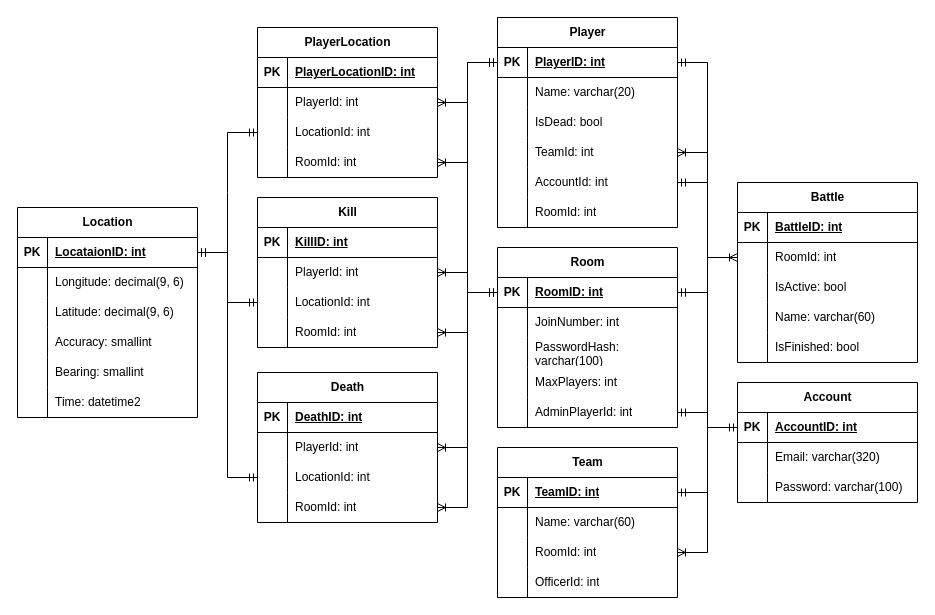
ErNeRooo/AirsoftBattlefieldManagementSystemAPI keeps this draw.io diagram as BMSDatabaseSqlBlueprint.drawio. Above is the earlier version. Source tidied: cells renumbered, new cells numbered last; positions are measured from the earlier drawing's top-left corner, leaving out a move shared by most shapes. Both pictures are drawn from the tidied source at 100%, with x=0, y=0 at pixel (17, 17).
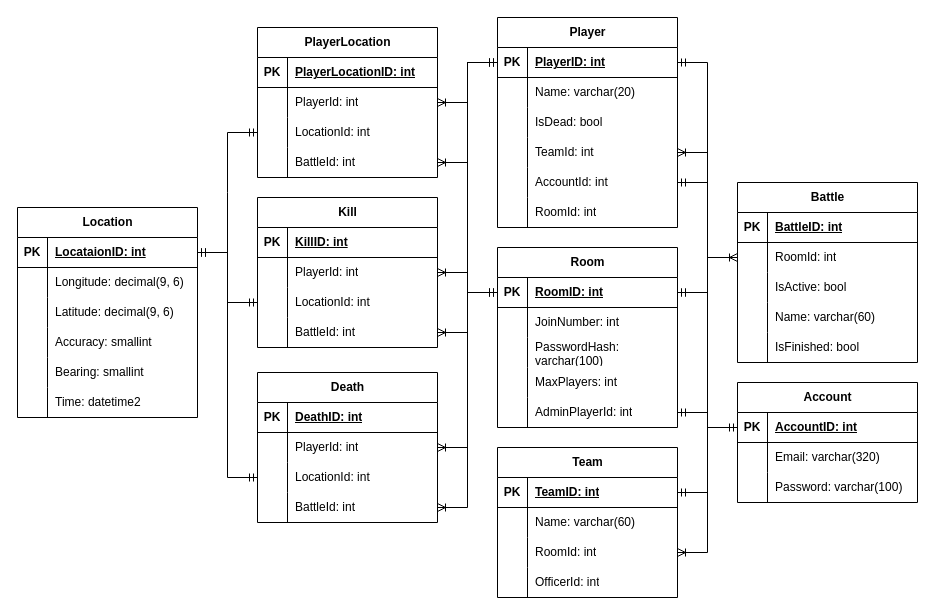
After the change.

The change refers to these unchanged cells:
```xml
<mxCell id="12" style="shape=tableRow;horizontal=0;startSize=0;swimlaneHead=0;swimlaneBody=0;fillColor=none;points=[[0,0.5],[1,0.5]];portConstraint=eastwest;top=0;left=0;right=0;bottom=0;" parent="2" vertex="1">
  <mxGeometry y="120" width="180" height="30" as="geometry" />
</mxCell>
<mxCell id="57" style="shape=tableRow;horizontal=0;startSize=0;swimlaneHead=0;swimlaneBody=0;fillColor=none;points=[[0,0.5],[1,0.5]];portConstraint=eastwest;top=0;left=0;right=0;bottom=0;" parent="47" vertex="1">
  <mxGeometry y="120" width="180" height="30" as="geometry" />
</mxCell>
<mxCell id="139" style="shape=tableRow;horizontal=0;startSize=0;swimlaneHead=0;swimlaneBody=0;fillColor=none;points=[[0,0.5],[1,0.5]];portConstraint=eastwest;top=0;left=0;right=0;bottom=0;" parent="129" vertex="1">
  <mxGeometry y="120" width="180" height="30" as="geometry" />
</mxCell>
```

Change to the diagram source:
```diff
@@
-    <mxCell id="14" value="RoomId: int" style="shape=partialRectangle;fillColor=none;top=0;left=0;bottom=0;right=0;align=left;spacingLeft=6;overflow=hidden;whiteSpace=wrap;html=1;" parent="12" vertex="1">
+    <mxCell id="14" value="BattleId: int" style="shape=partialRectangle;fillColor=none;top=0;left=0;bottom=0;right=0;align=left;spacingLeft=6;overflow=hidden;whiteSpace=wrap;html=1;" parent="12" vertex="1">
       <mxGeometry x="30" width="150" height="30" as="geometry" />
     </mxCell>
@@
-    <mxCell id="59" value="RoomId: int" style="shape=partialRectangle;fillColor=none;top=0;left=0;bottom=0;right=0;align=left;spacingLeft=6;overflow=hidden;whiteSpace=wrap;html=1;" parent="57" vertex="1">
+    <mxCell id="59" value="BattleId: int" style="shape=partialRectangle;fillColor=none;top=0;left=0;bottom=0;right=0;align=left;spacingLeft=6;overflow=hidden;whiteSpace=wrap;html=1;" parent="57" vertex="1">
       <mxGeometry x="30" width="150" height="30" as="geometry" />
     </mxCell>
@@
-    <mxCell id="141" value="RoomId: int" style="shape=partialRectangle;fillColor=none;top=0;left=0;bottom=0;right=0;align=left;spacingLeft=6;overflow=hidden;whiteSpace=wrap;html=1;" parent="139" vertex="1">
+    <mxCell id="141" value="BattleId: int" style="shape=partialRectangle;fillColor=none;top=0;left=0;bottom=0;right=0;align=left;spacingLeft=6;overflow=hidden;whiteSpace=wrap;html=1;" parent="139" vertex="1">
       <mxGeometry x="30" width="150" height="30" as="geometry" />
     </mxCell>
```
